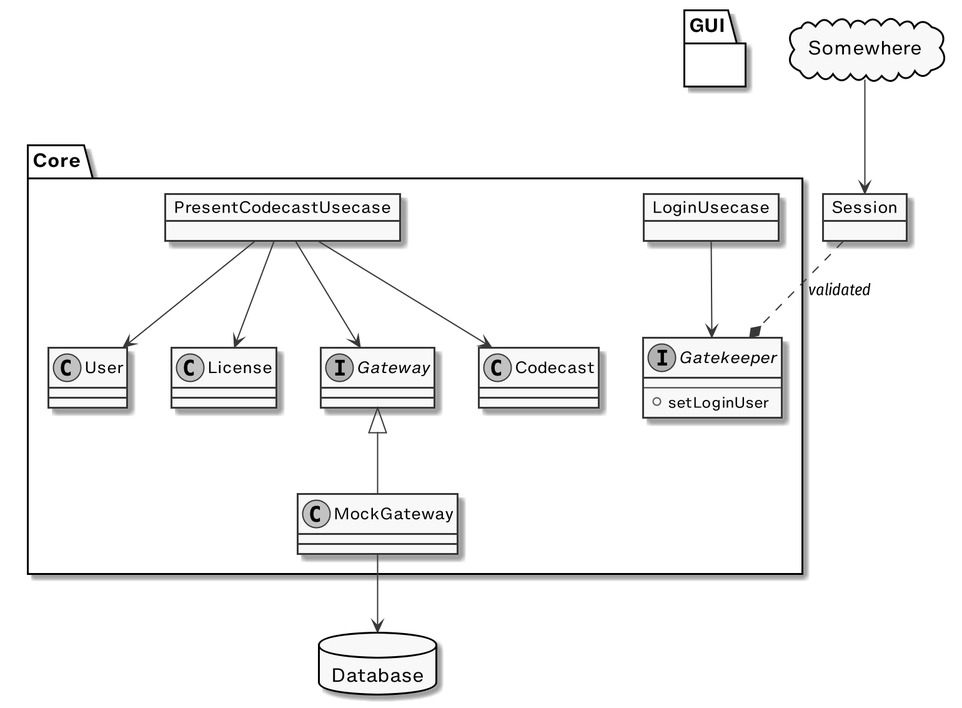
This is schema.png from sundaycrafts/study-cleancoders-java-case-study, a PlantUML export, as it was before one commit.
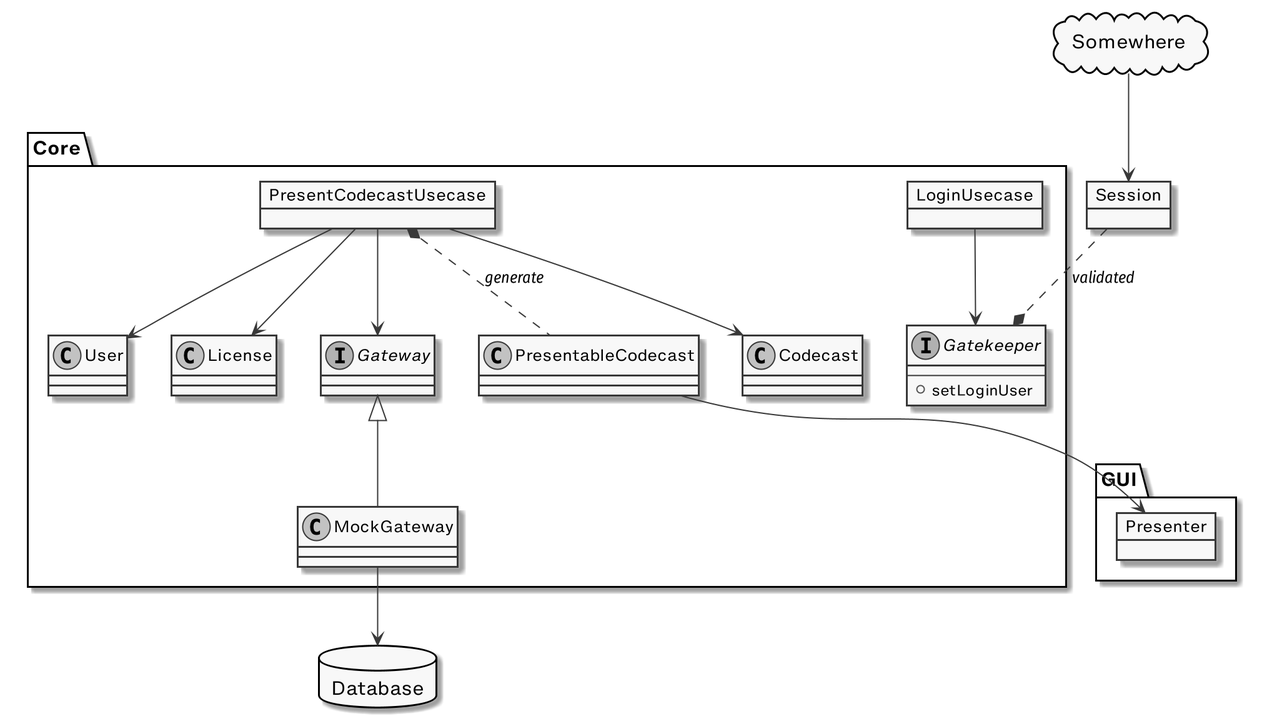
The same file after the commit.

What changed in the source:
```diff
@@ -14,6 +14,7 @@
   interface Gateway
   class MockGateway
   object LoginUsecase
+  class PresentableCodecast
   interface Gatekeeper {
     ---
     + setLoginUser
@@ -29,7 +30,11 @@
 LoginUsecase --> Gatekeeper
 
 package GUI {
+  object Presenter
 }
+
+PresentableCodecast --> Presenter
+PresentCodecastUsecase *.. PresentableCodecast : generate
 
 object Session
 cloud Somewhere
```
